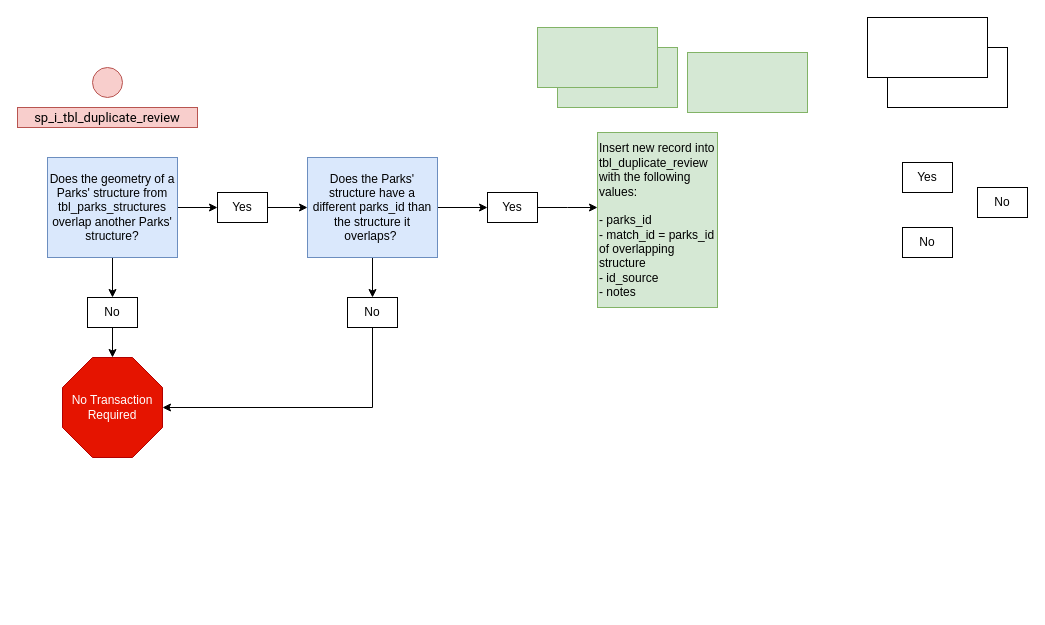
Before: sp_i_tbl_duplicate_review.drawio in NYCParks-data/Structures, a draw.io diagram. Source tidied: cells renumbered, new cells numbered last; positions are measured from the earlier drawing's top-left corner, leaving out a move shared by most shapes. Both pictures are drawn from the tidied source at 100%, with x=0, y=0 at pixel (17, 17).
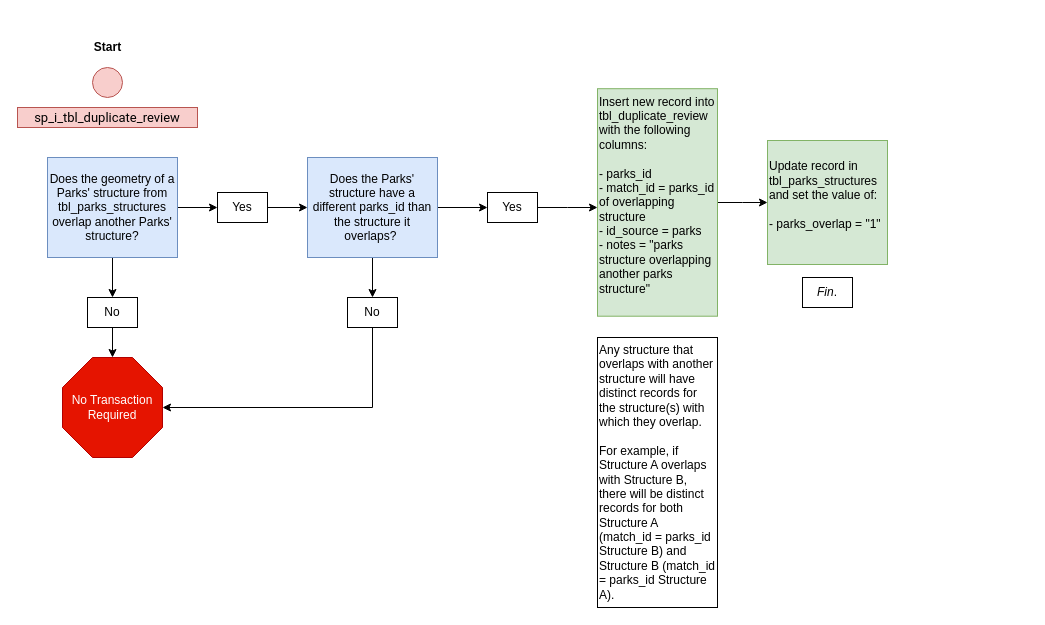
After the change.

Diff of the diagram source:
```diff
@@
+    <mxCell id="28" style="edgeStyle=orthogonalEdgeStyle;rounded=0;jettySize=auto;html=1;" parent="1" edge="1" source="5" target="27">
+      <mxGeometry relative="1" as="geometry" />
+    </mxCell>
-    <mxCell id="5" value="Insert new record into tbl_duplicate_review with the following values:&amp;nbsp;&lt;br&gt;&lt;br&gt;&lt;div&gt;&lt;span&gt;- parks_id&lt;/span&gt;&lt;/div&gt;&lt;div&gt;&lt;span&gt;- match_id = parks_id of overlapping structure&lt;/span&gt;&lt;/div&gt;&lt;div&gt;&lt;span&gt;- id_source&lt;/span&gt;&lt;/div&gt;&lt;div&gt;&lt;span&gt;- notes&lt;/span&gt;&lt;/div&gt;" style="rounded=0;whiteSpace=wrap;html=1;fillColor=#d5e8d4;strokeColor=#82b366;align=left;" parent="1" vertex="1">
-      <mxGeometry x="580" y="115" width="120" height="175" as="geometry" />
+    <mxCell id="5" value="Insert new record into tbl_duplicate_review with the following columns:&amp;nbsp;&lt;br&gt;&lt;br&gt;&lt;div&gt;&lt;span&gt;- parks_id&amp;nbsp;&lt;/span&gt;&lt;/div&gt;&lt;div&gt;&lt;span&gt;- match_id = parks_id of overlapping structure&lt;/span&gt;&lt;/div&gt;&lt;div&gt;&lt;span&gt;- id_source = parks&amp;nbsp;&lt;/span&gt;&lt;/div&gt;&lt;div&gt;&lt;span&gt;- notes = &quot;parks structure overlapping another parks structure&quot;&lt;/span&gt;&lt;/div&gt;&lt;div&gt;&lt;span&gt;&lt;br&gt;&lt;/span&gt;&lt;/div&gt;" style="rounded=0;whiteSpace=wrap;html=1;fillColor=#d5e8d4;strokeColor=#82b366;align=left;" parent="1" vertex="1">
+      <mxGeometry x="580" y="71.2" width="120" height="227.5" as="geometry" />
     </mxCell>
@@
-    <mxCell id="7" style="rounded=0;whiteSpace=wrap;html=1;" parent="1" vertex="1">
-      <mxGeometry x="870" y="30" width="120" height="60" as="geometry" />
-    </mxCell>
@@
-    <mxCell id="9" style="rounded=0;whiteSpace=wrap;html=1;" parent="1" vertex="1">
-      <mxGeometry x="850" width="120" height="60" as="geometry" />
-    </mxCell>
@@
-    <mxCell id="18" value="Yes" style="rounded=0;whiteSpace=wrap;html=1;" parent="1" vertex="1">
-      <mxGeometry x="885" y="145" width="50" height="30" as="geometry" />
+    <mxCell id="18" value="&lt;i&gt;Fin&lt;/i&gt;." style="rounded=0;whiteSpace=wrap;html=1;" parent="1" vertex="1">
+      <mxGeometry x="785" y="260" width="50" height="30" as="geometry" />
     </mxCell>
@@
-    <mxCell id="21" value="No" style="rounded=0;whiteSpace=wrap;html=1;" parent="1" vertex="1">
-      <mxGeometry x="960" y="170" width="50" height="30" as="geometry" />
-    </mxCell>
-    <mxCell id="22" value="No" style="rounded=0;whiteSpace=wrap;html=1;" parent="1" vertex="1">
-      <mxGeometry x="885" y="210" width="50" height="30" as="geometry" />
-    </mxCell>
@@
-    <mxCell id="25" style="rounded=0;whiteSpace=wrap;html=1;fillColor=#d5e8d4;strokeColor=#82b366;" parent="1" vertex="1">
-      <mxGeometry x="540" y="30" width="120" height="60" as="geometry" />
-    </mxCell>
-    <mxCell id="26" style="rounded=0;whiteSpace=wrap;html=1;fillColor=#d5e8d4;strokeColor=#82b366;" parent="1" vertex="1">
-      <mxGeometry x="520" y="10" width="120" height="60" as="geometry" />
-    </mxCell>
-    <mxCell id="27" style="rounded=0;whiteSpace=wrap;html=1;fillColor=#d5e8d4;strokeColor=#82b366;" parent="1" vertex="1">
-      <mxGeometry x="670" y="35" width="120" height="60" as="geometry" />
+    <mxCell id="27" value="Update record in tbl_parks_structures and set the value of:&lt;br&gt;&lt;br&gt;- parks_overlap = &quot;1&quot;&lt;br&gt;&lt;br&gt;" style="rounded=0;whiteSpace=wrap;html=1;fillColor=#d5e8d4;strokeColor=#82b366;align=left;" parent="1" vertex="1">
+      <mxGeometry x="750" y="123" width="120" height="124" as="geometry" />
     </mxCell>
+    <mxCell id="29" value="&lt;b&gt;Start&lt;/b&gt;" style="text;html=1;align=center;verticalAlign=middle;" parent="1" vertex="1">
+      <mxGeometry x="70" y="20" width="40" height="20" as="geometry" />
+    </mxCell>
+    <mxCell id="30" value="Any structure that overlaps with another structure will have distinct records for the structure(s) with which they overlap. &lt;br&gt;&lt;br&gt;For example, if Structure A overlaps with Structure B, there will be distinct records for both Structure A&amp;nbsp; (match_id = parks_id Structure B) and Structure B (match_id = parks_id Structure A)." style="rounded=0;whiteSpace=wrap;html=1;align=left;" parent="1" vertex="1">
+      <mxGeometry x="580" y="320" width="120" height="270" as="geometry" />
+    </mxCell>
```
